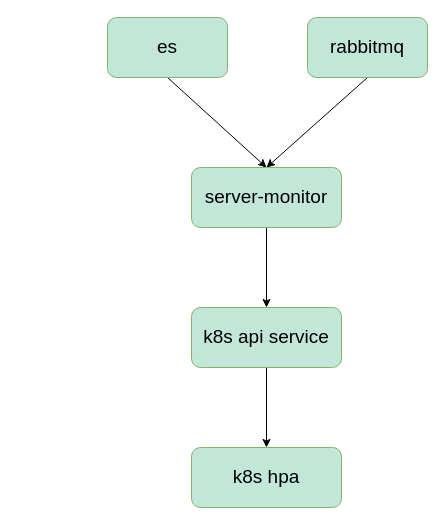
Earlier version of the draw.io diagram Untitled Diagram.drawio (hfdpx/fictional-sniffle). Source tidied: cells renumbered, new cells numbered last; positions are measured from the earlier drawing's top-left corner, leaving out a move shared by most shapes. Both pictures are drawn from the tidied source at 100%, with x=0, y=0 at pixel (107, 17).
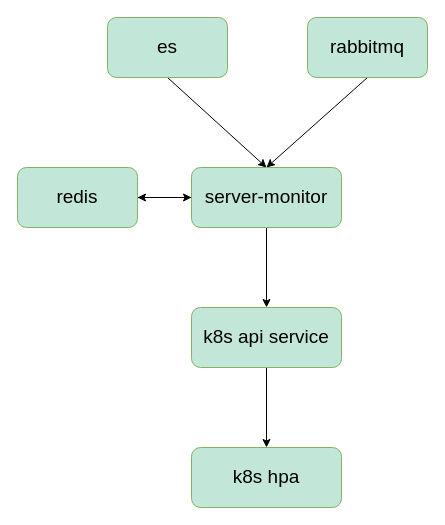
The same diagram, later.

The edit, as a diff of the source:
```diff
@@
 <mxGraphModel>
   <root>
     <mxCell id="0" />
     <mxCell id="1" parent="0" />
     <mxCell id="2" style="rounded=0;jettySize=auto;html=1;exitX=0.5;exitY=1;exitDx=0;exitDy=0;entryX=0.5;entryY=0;entryDx=0;entryDy=0;" parent="1" edge="1" target="9">
       <mxGeometry relative="1" as="geometry">
         <mxPoint x="60" y="60" as="sourcePoint" />
       </mxGeometry>
     </mxCell>
     <mxCell id="3" style="rounded=0;jettySize=auto;html=1;exitX=0.5;exitY=1;exitDx=0;exitDy=0;entryX=0.5;entryY=0;entryDx=0;entryDy=0;" parent="1" edge="1" source="4" target="9">
       <mxGeometry relative="1" as="geometry" />
     </mxCell>
     <mxCell id="4" value="rabbitmq" style="rounded=1;whiteSpace=wrap;html=1;strokeColor=#82b366;fillColor=#C2E7D9;fontFamily=Helvetica;fontSize=19;" parent="1" vertex="1">
       <mxGeometry x="200" width="120" height="60" as="geometry" />
     </mxCell>
     <mxCell id="5" style="edgeStyle=none;rounded=0;jettySize=auto;html=1;exitX=0.5;exitY=1;exitDx=0;exitDy=0;entryX=0.5;entryY=0;entryDx=0;entryDy=0;" parent="1" edge="1" source="6" target="7">
       <mxGeometry relative="1" as="geometry" />
     </mxCell>
     <mxCell id="6" value="k8s api service" style="rounded=1;whiteSpace=wrap;html=1;strokeColor=#82b366;fillColor=#C2E7D9;fontFamily=Helvetica;fontSize=19;" parent="1" vertex="1">
       <mxGeometry x="84" y="290" width="150" height="60" as="geometry" />
     </mxCell>
     <mxCell id="7" value="k8s hpa" style="rounded=1;whiteSpace=wrap;html=1;strokeColor=#82b366;fillColor=#C2E7D9;fontFamily=Helvetica;fontSize=19;" parent="1" vertex="1">
       <mxGeometry x="84" y="430" width="150" height="60" as="geometry" />
     </mxCell>
     <mxCell id="8" style="edgeStyle=none;rounded=0;jettySize=auto;html=1;exitX=0.5;exitY=1;exitDx=0;exitDy=0;" parent="1" edge="1" source="9" target="6">
       <mxGeometry relative="1" as="geometry" />
     </mxCell>
+    <mxCell id="11" style="edgeStyle=none;rounded=0;jettySize=auto;html=1;exitX=0;exitY=0.5;exitDx=0;exitDy=0;entryX=1;entryY=0.5;entryDx=0;entryDy=0;" parent="1" edge="1" source="9" target="13">
+      <mxGeometry relative="1" as="geometry" />
+    </mxCell>
     <mxCell id="9" value="server-monitor" style="rounded=1;whiteSpace=wrap;html=1;strokeColor=#82b366;fillColor=#C2E7D9;fontFamily=Helvetica;fontSize=19;" parent="1" vertex="1">
       <mxGeometry x="84" y="150" width="150" height="60" as="geometry" />
     </mxCell>
     <mxCell id="10" value="es" style="rounded=1;whiteSpace=wrap;html=1;strokeColor=#82b366;fillColor=#C2E7D9;fontFamily=Helvetica;fontSize=19;" parent="1" vertex="1">
       <mxGeometry width="120" height="60" as="geometry" />
     </mxCell>
+    <mxCell id="12" style="edgeStyle=none;rounded=0;jettySize=auto;html=1;exitX=1;exitY=0.5;exitDx=0;exitDy=0;entryX=0;entryY=0.5;entryDx=0;entryDy=0;" parent="1" edge="1" source="13" target="9">
+      <mxGeometry relative="1" as="geometry" />
+    </mxCell>
+    <mxCell id="13" value="redis" style="rounded=1;whiteSpace=wrap;html=1;strokeColor=#82b366;fillColor=#C2E7D9;fontFamily=Helvetica;fontSize=19;" parent="1" vertex="1">
+      <mxGeometry x="-90" y="150" width="120" height="60" as="geometry" />
+    </mxCell>
   </root>
 </mxGraphModel>
```
